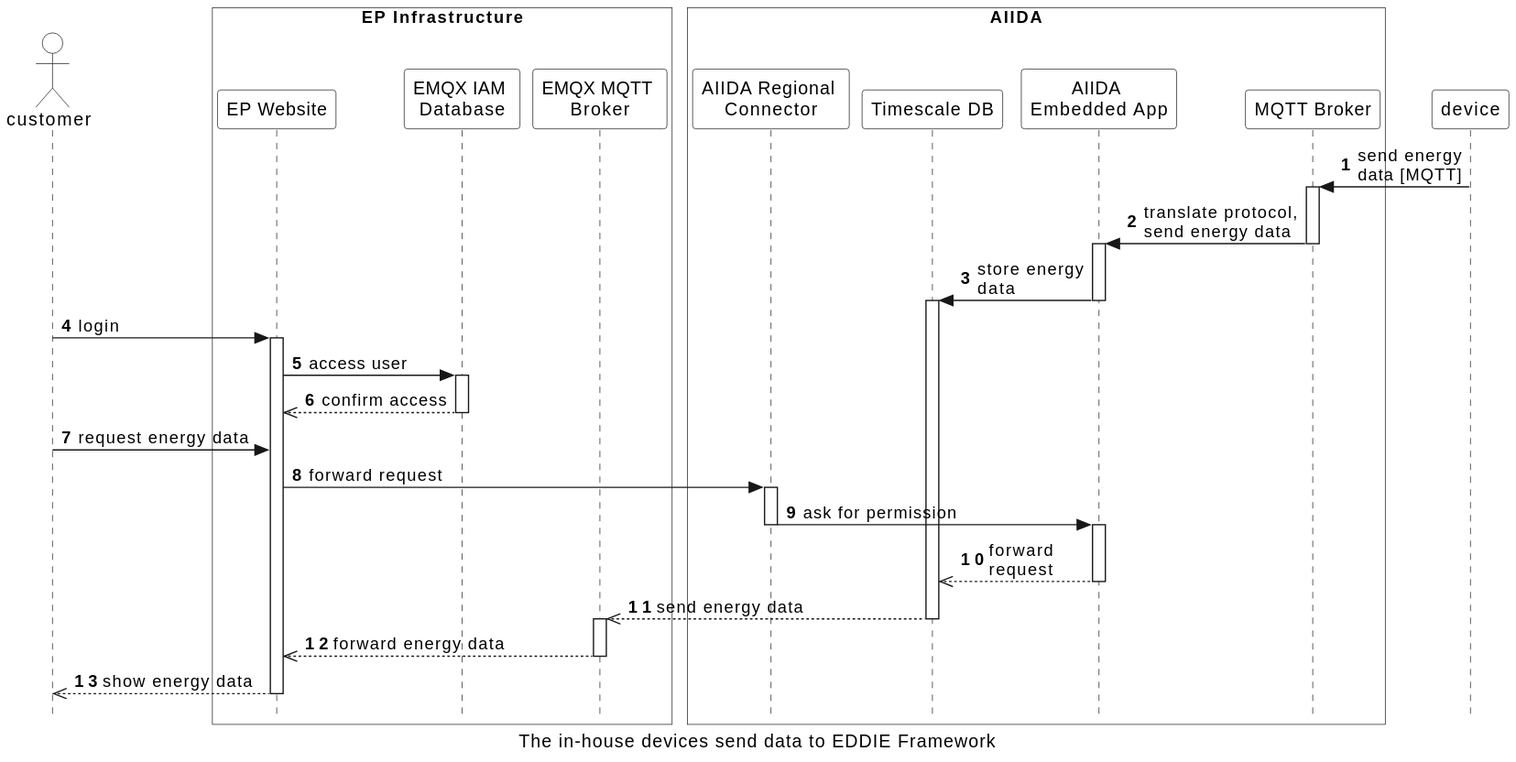
eddie-energy/architecture keeps this PlantUML diagram as arc42/aiida/runtime-view/figures/aiida_send_data.svg. Above is the earlier version.
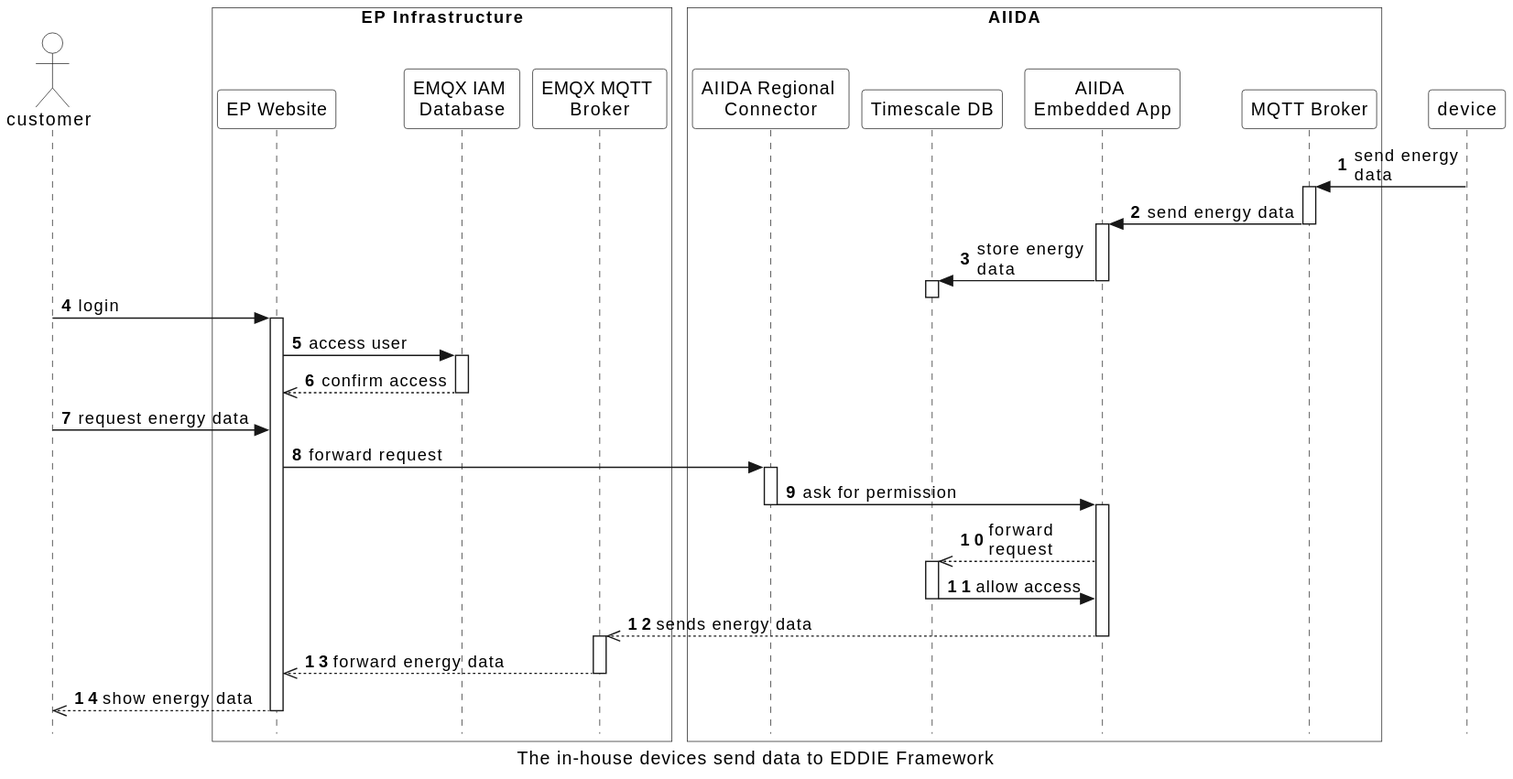
The same diagram one commit later.

Change to the diagram source:
```diff
@@ -30,15 +30,15 @@
 
 
 
-device -> broker : send energy\ndata [MQTT]
+device -> broker : send energy\ndata
 activate broker
-broker -> app : translate protocol,\nsend energy data
+broker -> app : send energy data
 deactivate broker
 activate app
 app -> timescale : store energy\ndata
 activate timescale
 deactivate app
-
+deactivate timescale
 customer -> website : login
 activate website
 website -> database : access user
@@ -55,10 +55,13 @@
 deactivate connector
 activate app
 app -->> timescale : forward\nrequest
+activate timescale
+timescale -> app : allow access
+deactivate timescale
+app -->> mqttbroker  :sends energy data
 deactivate app
 
 deactivate connector
-timescale -->>  mqttbroker  :send energy data
 activate mqttbroker
 deactivate timescale
 mqttbroker -->> website : forward energy data
```
